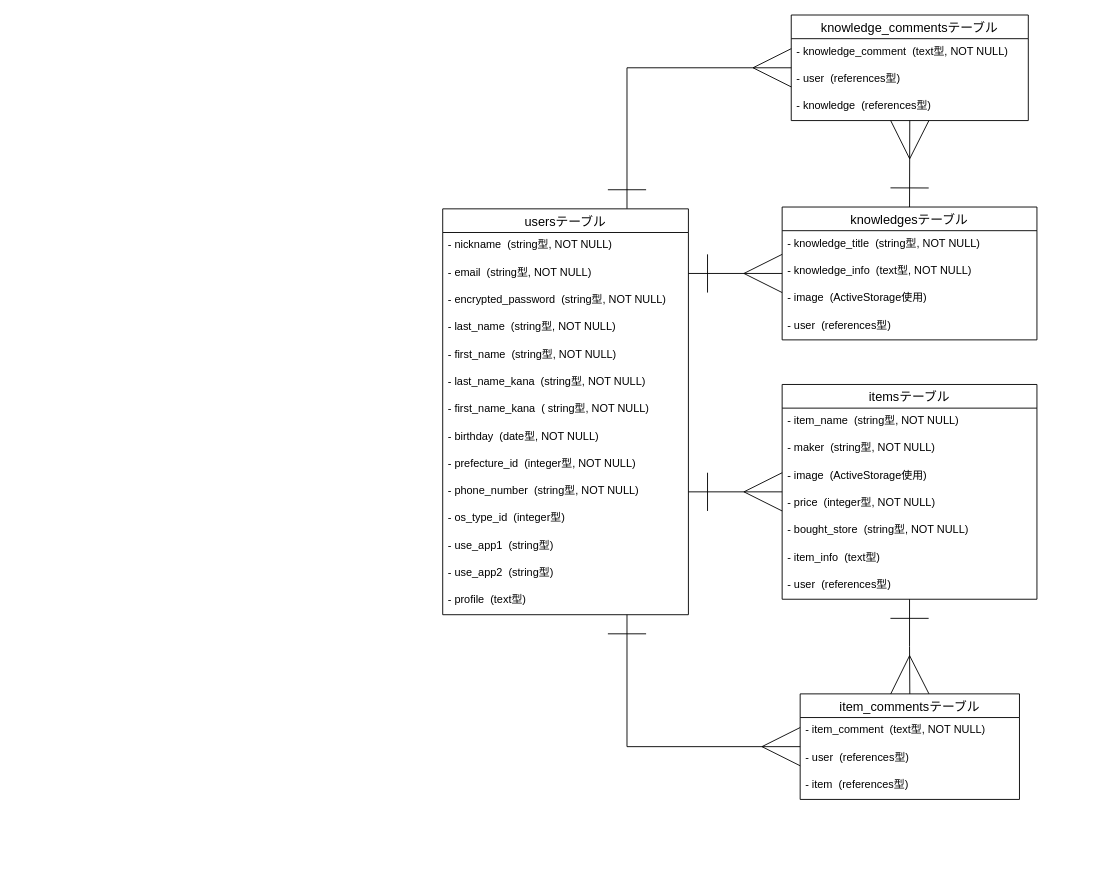
The draw.io diagram page "ER図" (1 of 2) of ER.dio in sushi1129/side-business-36374, before the edit. Source tidied: cells renumbered, new cells numbered last; positions are measured from the earlier drawing's top-left corner, leaving out a move shared by most shapes. Both pictures are drawn from the tidied source at 91%, with x=0, y=0 at pixel (442, 15).
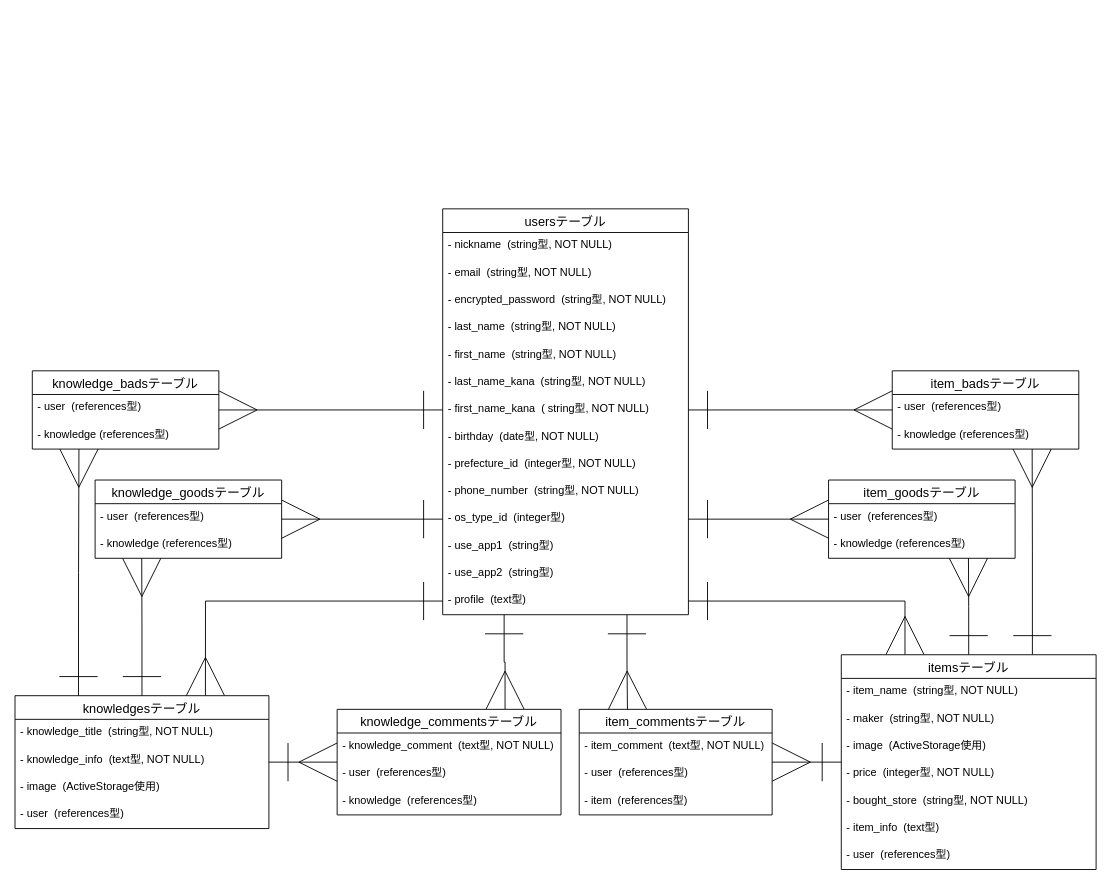
The same diagram, later.

Commit message:
テーブル設計

The change refers to these unchanged cells:
```xml
<mxCell id="3" value="usersテーブル" style="swimlane;fontStyle=0;horizontal=1;startSize=26;align=center;fontSize=14;" parent="1" vertex="1">
  <mxGeometry y="213" width="270" height="446" as="geometry" />
</mxCell>
<mxCell id="5" value="- email  (string型, NOT NULL)" style="text;strokeColor=none;fillColor=none;spacingLeft=4;spacingRight=4;overflow=hidden;points=[[0,0.5],[1,0.5]];portConstraint=eastwest;fontSize=12;" parent="3" vertex="1">
  <mxGeometry y="56" width="270" height="30" as="geometry" />
</mxCell>
<mxCell id="10" value="- first_name_kana  ( string型, NOT NULL)" style="text;strokeColor=none;fillColor=none;spacingLeft=4;spacingRight=4;overflow=hidden;points=[[0,0.5],[1,0.5]];portConstraint=eastwest;fontSize=12;" parent="3" vertex="1">
  <mxGeometry y="206" width="270" height="30" as="geometry" />
</mxCell>
<mxCell id="13" value="- phone_number  (string型, NOT NULL)" style="text;strokeColor=none;fillColor=none;spacingLeft=4;spacingRight=4;overflow=hidden;points=[[0,0.5],[1,0.5]];portConstraint=eastwest;fontSize=12;" parent="3" vertex="1">
  <mxGeometry y="296" width="270" height="30" as="geometry" />
</mxCell>
<mxCell id="14" value="- os_type_id  (integer型)" style="text;strokeColor=none;fillColor=none;spacingLeft=4;spacingRight=4;overflow=hidden;points=[[0,0.5],[1,0.5]];portConstraint=eastwest;fontSize=12;" parent="3" vertex="1">
  <mxGeometry y="326" width="270" height="30" as="geometry" />
</mxCell>
<mxCell id="17" value="- profile  (text型)" style="text;strokeColor=none;fillColor=none;spacingLeft=4;spacingRight=4;overflow=hidden;points=[[0,0.5],[1,0.5]];portConstraint=eastwest;fontSize=12;" parent="3" vertex="1">
  <mxGeometry y="416" width="270" height="30" as="geometry" />
</mxCell>
```

What changed in the source:
```diff
@@
-    <mxCell id="2" style="edgeStyle=orthogonalEdgeStyle;rounded=0;jettySize=auto;html=1;exitX=0.75;exitY=0;exitDx=0;exitDy=0;startArrow=ERone;startFill=0;endArrow=ERmany;endFill=0;startSize=40;endSize=40;entryX=0;entryY=0.5;entryDx=0;entryDy=0;" parent="1" edge="1" source="3" target="34">
+    <mxCell id="2" style="edgeStyle=orthogonalEdgeStyle;rounded=0;jettySize=auto;html=1;startArrow=ERone;startFill=0;endArrow=ERmany;endFill=0;startSize=40;endSize=40;entryX=0.75;entryY=0;entryDx=0;entryDy=0;exitX=0.25;exitY=1;exitDx=0;exitDy=0;" parent="1" edge="1" source="3" target="34">
       <mxGeometry relative="1" as="geometry" />
     </mxCell>
@@
     <mxCell id="18" value="item_commentsテーブル" style="swimlane;fontStyle=0;horizontal=1;startSize=26;align=center;fontSize=14;" parent="1" vertex="1">
-      <mxGeometry x="392.8" y="746" width="241" height="116" as="geometry" />
+      <mxGeometry x="150" y="763" width="212" height="116" as="geometry" />
     </mxCell>
     <mxCell id="19" value="- item_comment  (text型, NOT NULL)" style="text;strokeColor=none;fillColor=none;spacingLeft=4;spacingRight=4;overflow=hidden;fontSize=12;" parent="18" vertex="1">
-      <mxGeometry y="26" width="241" height="30" as="geometry" />
+      <mxGeometry y="26" width="212" height="30" as="geometry" />
     </mxCell>
     <mxCell id="20" value="- user  (references型)" style="text;strokeColor=none;fillColor=none;spacingLeft=4;spacingRight=4;overflow=hidden;fontSize=12;" parent="18" vertex="1">
-      <mxGeometry y="56" width="241" height="30" as="geometry" />
+      <mxGeometry y="56" width="212" height="30" as="geometry" />
     </mxCell>
     <mxCell id="21" value="- item  (references型)" style="text;strokeColor=none;fillColor=none;spacingLeft=4;spacingRight=4;overflow=hidden;fontSize=12;" parent="18" vertex="1">
-      <mxGeometry y="86" width="241" height="30" as="geometry" />
+      <mxGeometry y="86" width="212" height="30" as="geometry" />
     </mxCell>
-    <mxCell id="22" style="edgeStyle=orthogonalEdgeStyle;rounded=0;jettySize=auto;html=1;exitX=0.5;exitY=1;exitDx=0;exitDy=0;entryX=0.5;entryY=0;entryDx=0;entryDy=0;startArrow=ERone;startFill=0;endArrow=ERmany;endFill=0;startSize=40;endSize=40;" parent="1" edge="1" source="25" target="18">
+    <mxCell id="22" style="edgeStyle=orthogonalEdgeStyle;rounded=0;jettySize=auto;html=1;exitX=0;exitY=0.5;exitDx=0;exitDy=0;entryX=1;entryY=0.5;entryDx=0;entryDy=0;startArrow=ERone;startFill=0;endArrow=ERmany;endFill=0;startSize=40;endSize=40;" parent="1" edge="1" source="25" target="18">
       <mxGeometry relative="1" as="geometry" />
     </mxCell>
-    <mxCell id="23" style="edgeStyle=orthogonalEdgeStyle;rounded=0;jettySize=auto;html=1;entryX=0;entryY=0.5;entryDx=0;entryDy=0;startArrow=ERone;startFill=0;endArrow=ERmany;endFill=0;startSize=40;endSize=40;exitX=1;exitY=0.5;exitDx=0;exitDy=0;" parent="1" edge="1" source="13" target="25">
+    <mxCell id="23" style="edgeStyle=orthogonalEdgeStyle;rounded=0;jettySize=auto;html=1;entryX=0.25;entryY=0;entryDx=0;entryDy=0;startArrow=ERone;startFill=0;endArrow=ERmany;endFill=0;startSize=40;endSize=40;exitX=1;exitY=0.5;exitDx=0;exitDy=0;" parent="1" edge="1" source="17" target="25">
       <mxGeometry relative="1" as="geometry" />
     </mxCell>
-    <mxCell id="24" style="edgeStyle=orthogonalEdgeStyle;rounded=0;jettySize=auto;html=1;exitX=0.5;exitY=0;exitDx=0;exitDy=0;startArrow=ERone;startFill=0;endArrow=ERmany;endFill=0;startSize=40;endSize=40;entryX=0.5;entryY=1;entryDx=0;entryDy=0;" parent="1" edge="1" source="39" target="34">
+    <mxCell id="24" style="edgeStyle=orthogonalEdgeStyle;rounded=0;jettySize=auto;html=1;exitX=1;exitY=0.5;exitDx=0;exitDy=0;startArrow=ERone;startFill=0;endArrow=ERmany;endFill=0;startSize=40;endSize=40;entryX=0;entryY=0.5;entryDx=0;entryDy=0;" parent="1" edge="1" source="39" target="34">
       <mxGeometry relative="1" as="geometry" />
     </mxCell>
+    <mxCell id="44" style="edgeStyle=orthogonalEdgeStyle;rounded=0;jettySize=auto;html=1;exitX=0.5;exitY=0;exitDx=0;exitDy=0;startArrow=ERone;startFill=0;endArrow=ERmany;endFill=0;startSize=40;endSize=40;entryX=0.75;entryY=1;entryDx=0;entryDy=0;" parent="1" edge="1" source="25" target="56">
+      <mxGeometry relative="1" as="geometry" />
+    </mxCell>
+    <mxCell id="45" style="edgeStyle=orthogonalEdgeStyle;rounded=0;jettySize=auto;html=1;exitX=0.75;exitY=0;exitDx=0;exitDy=0;entryX=0.75;entryY=1;entryDx=0;entryDy=0;startArrow=ERone;startFill=0;endArrow=ERmany;endFill=0;startSize=40;endSize=40;" parent="1" edge="1" source="25" target="60">
+      <mxGeometry relative="1" as="geometry" />
+    </mxCell>
     <mxCell id="25" value="itemsテーブル" style="swimlane;fontStyle=0;horizontal=1;startSize=26;align=center;fontSize=14;" parent="1" vertex="1">
-      <mxGeometry x="373" y="406" width="280" height="236" as="geometry" />
+      <mxGeometry x="438" y="703" width="280" height="236" as="geometry" />
     </mxCell>
@@
-    <mxCell id="33" style="edgeStyle=orthogonalEdgeStyle;rounded=0;jettySize=auto;html=1;exitX=1;exitY=0.5;exitDx=0;exitDy=0;startArrow=ERone;startFill=0;endArrow=ERmany;endFill=0;endSize=40;startSize=40;entryX=0;entryY=0.5;entryDx=0;entryDy=0;" parent="1" edge="1" source="5" target="39">
+    <mxCell id="33" style="edgeStyle=orthogonalEdgeStyle;rounded=0;jettySize=auto;html=1;exitX=0;exitY=0.5;exitDx=0;exitDy=0;startArrow=ERone;startFill=0;endArrow=ERmany;endFill=0;endSize=40;startSize=40;entryX=0.75;entryY=0;entryDx=0;entryDy=0;" parent="1" edge="1" source="17" target="39">
       <mxGeometry relative="1" as="geometry" />
     </mxCell>
     <mxCell id="34" value="knowledge_commentsテーブル" style="swimlane;fontStyle=0;horizontal=1;startSize=26;align=center;fontSize=14;" parent="1" vertex="1">
-      <mxGeometry x="383" width="260.5" height="116" as="geometry" />
+      <mxGeometry x="-116" y="763" width="246" height="116" as="geometry" />
     </mxCell>
     <mxCell id="35" value="- knowledge_comment  (text型, NOT NULL)" style="text;strokeColor=none;fillColor=none;spacingLeft=4;spacingRight=4;overflow=hidden;fontSize=12;" parent="34" vertex="1">
-      <mxGeometry y="26" width="260.5" height="30" as="geometry" />
+      <mxGeometry y="26" width="246" height="30" as="geometry" />
     </mxCell>
     <mxCell id="36" value="- user  (references型)" style="text;strokeColor=none;fillColor=none;spacingLeft=4;spacingRight=4;overflow=hidden;fontSize=12;" parent="34" vertex="1">
-      <mxGeometry y="56" width="260.5" height="30" as="geometry" />
+      <mxGeometry y="56" width="246" height="30" as="geometry" />
     </mxCell>
     <mxCell id="37" value="- knowledge  (references型)" style="text;strokeColor=none;fillColor=none;spacingLeft=4;spacingRight=4;overflow=hidden;fontSize=12;" parent="34" vertex="1">
-      <mxGeometry y="86" width="260.5" height="30" as="geometry" />
+      <mxGeometry y="86" width="246" height="30" as="geometry" />
     </mxCell>
-    <mxCell id="38" style="edgeStyle=orthogonalEdgeStyle;rounded=0;jettySize=auto;html=1;exitX=0.75;exitY=1;exitDx=0;exitDy=0;entryX=0;entryY=0.5;entryDx=0;entryDy=0;startArrow=ERone;startFill=0;endArrow=ERmany;endFill=0;endSize=40;startSize=40;" parent="1" edge="1" source="3" target="18">
+    <mxCell id="38" style="edgeStyle=orthogonalEdgeStyle;rounded=0;jettySize=auto;html=1;exitX=0.75;exitY=1;exitDx=0;exitDy=0;entryX=0.25;entryY=0;entryDx=0;entryDy=0;startArrow=ERone;startFill=0;endArrow=ERmany;endFill=0;endSize=40;startSize=40;" parent="1" edge="1" source="3" target="18">
       <mxGeometry relative="1" as="geometry" />
     </mxCell>
     <mxCell id="39" value="knowledgesテーブル" style="swimlane;fontStyle=0;horizontal=1;startSize=26;align=center;fontSize=14;" parent="1" vertex="1">
-      <mxGeometry x="373" y="211" width="280" height="146" as="geometry" />
+      <mxGeometry x="-470" y="748" width="279" height="146" as="geometry" />
     </mxCell>
     <mxCell id="40" value="- knowledge_title  (string型, NOT NULL)" style="text;strokeColor=none;fillColor=none;spacingLeft=4;spacingRight=4;overflow=hidden;fontSize=12;" parent="39" vertex="1">
-      <mxGeometry y="26" width="280" height="30" as="geometry" />
+      <mxGeometry y="26" width="279" height="30" as="geometry" />
     </mxCell>
     <mxCell id="41" value="- knowledge_info  (text型, NOT NULL)" style="text;strokeColor=none;fillColor=none;spacingLeft=4;spacingRight=4;overflow=hidden;fontSize=12;" parent="39" vertex="1">
-      <mxGeometry y="56" width="280" height="30" as="geometry" />
+      <mxGeometry y="56" width="279" height="30" as="geometry" />
     </mxCell>
     <mxCell id="42" value="- image  (ActiveStorage使用)" style="text;strokeColor=none;fillColor=none;spacingLeft=4;spacingRight=4;overflow=hidden;fontSize=12;" parent="39" vertex="1">
-      <mxGeometry y="86" width="280" height="30" as="geometry" />
+      <mxGeometry y="86" width="279" height="30" as="geometry" />
     </mxCell>
     <mxCell id="43" value="- user  (references型)" style="text;strokeColor=none;fillColor=none;spacingLeft=4;spacingRight=4;overflow=hidden;fontSize=12;" parent="39" vertex="1">
-      <mxGeometry y="116" width="280" height="30" as="geometry" />
+      <mxGeometry y="116" width="279" height="30" as="geometry" />
     </mxCell>
+    <mxCell id="46" style="edgeStyle=orthogonalEdgeStyle;rounded=0;jettySize=auto;html=1;entryX=0.25;entryY=1;entryDx=0;entryDy=0;startArrow=ERone;startFill=0;endArrow=ERmany;endFill=0;startSize=40;endSize=40;exitX=0.5;exitY=0;exitDx=0;exitDy=0;" parent="1" edge="1" source="39" target="47">
+      <mxGeometry relative="1" as="geometry" />
+    </mxCell>
+    <mxCell id="47" value="knowledge_goodsテーブル" style="swimlane;fontStyle=0;horizontal=1;startSize=26;align=center;fontSize=14;" parent="1" vertex="1">
+      <mxGeometry x="-382" y="511" width="205" height="86" as="geometry" />
+    </mxCell>
+    <mxCell id="48" value="- user  (references型)" style="text;strokeColor=none;fillColor=none;spacingLeft=4;spacingRight=4;overflow=hidden;fontSize=12;" parent="47" vertex="1">
+      <mxGeometry y="26" width="205" height="30" as="geometry" />
+    </mxCell>
+    <mxCell id="49" value="- knowledge (references型)" style="text;strokeColor=none;fillColor=none;spacingLeft=4;spacingRight=4;overflow=hidden;fontSize=12;" parent="47" vertex="1">
+      <mxGeometry y="56" width="205" height="30" as="geometry" />
+    </mxCell>
+    <mxCell id="50" style="edgeStyle=orthogonalEdgeStyle;rounded=0;jettySize=auto;html=1;startArrow=ERone;startFill=0;endArrow=ERmany;endFill=0;startSize=40;endSize=40;entryX=0.25;entryY=1;entryDx=0;entryDy=0;exitX=0.25;exitY=0;exitDx=0;exitDy=0;" parent="1" edge="1" source="39" target="51">
+      <mxGeometry relative="1" as="geometry" />
+    </mxCell>
+    <mxCell id="51" value="knowledge_badsテーブル" style="swimlane;fontStyle=0;horizontal=1;startSize=26;align=center;fontSize=14;" parent="1" vertex="1">
+      <mxGeometry x="-451" y="391" width="205" height="86" as="geometry" />
+    </mxCell>
+    <mxCell id="52" value="- user  (references型)" style="text;strokeColor=none;fillColor=none;spacingLeft=4;spacingRight=4;overflow=hidden;fontSize=12;" parent="51" vertex="1">
+      <mxGeometry y="26" width="205" height="30" as="geometry" />
+    </mxCell>
+    <mxCell id="53" value="- knowledge (references型)" style="text;strokeColor=none;fillColor=none;spacingLeft=4;spacingRight=4;overflow=hidden;fontSize=12;" parent="51" vertex="1">
+      <mxGeometry y="56" width="205" height="30" as="geometry" />
+    </mxCell>
+    <mxCell id="54" style="edgeStyle=orthogonalEdgeStyle;rounded=0;jettySize=auto;html=1;exitX=0;exitY=0.5;exitDx=0;exitDy=0;entryX=1;entryY=0.5;entryDx=0;entryDy=0;endArrow=ERmany;endFill=0;startArrow=ERone;startFill=0;endSize=40;startSize=40;" parent="1" edge="1" source="14" target="47">
+      <mxGeometry relative="1" as="geometry" />
+    </mxCell>
+    <mxCell id="55" style="edgeStyle=orthogonalEdgeStyle;rounded=0;jettySize=auto;html=1;exitX=0;exitY=0.5;exitDx=0;exitDy=0;entryX=1;entryY=0.5;entryDx=0;entryDy=0;startArrow=ERone;startFill=0;endArrow=ERmany;endFill=0;startSize=40;endSize=40;" parent="1" edge="1" source="10" target="51">
+      <mxGeometry relative="1" as="geometry" />
+    </mxCell>
+    <mxCell id="56" value="item_goodsテーブル" style="swimlane;fontStyle=0;horizontal=1;startSize=26;align=center;fontSize=14;" parent="1" vertex="1">
+      <mxGeometry x="424" y="511" width="205" height="86" as="geometry" />
+    </mxCell>
+    <mxCell id="57" value="- user  (references型)" style="text;strokeColor=none;fillColor=none;spacingLeft=4;spacingRight=4;overflow=hidden;fontSize=12;" parent="56" vertex="1">
+      <mxGeometry y="26" width="205" height="30" as="geometry" />
+    </mxCell>
+    <mxCell id="58" value="- knowledge (references型)" style="text;strokeColor=none;fillColor=none;spacingLeft=4;spacingRight=4;overflow=hidden;fontSize=12;" parent="56" vertex="1">
+      <mxGeometry y="56" width="205" height="30" as="geometry" />
+    </mxCell>
+    <mxCell id="59" style="edgeStyle=orthogonalEdgeStyle;rounded=0;jettySize=auto;html=1;exitX=1;exitY=0.5;exitDx=0;exitDy=0;entryX=0;entryY=0.5;entryDx=0;entryDy=0;startArrow=ERone;startFill=0;endArrow=ERmany;endFill=0;startSize=40;endSize=40;" parent="1" edge="1" source="14" target="56">
+      <mxGeometry relative="1" as="geometry" />
+    </mxCell>
+    <mxCell id="60" value="item_badsテーブル" style="swimlane;fontStyle=0;horizontal=1;startSize=26;align=center;fontSize=14;" parent="1" vertex="1">
+      <mxGeometry x="494" y="391" width="205" height="86" as="geometry" />
+    </mxCell>
+    <mxCell id="61" value="- user  (references型)" style="text;strokeColor=none;fillColor=none;spacingLeft=4;spacingRight=4;overflow=hidden;fontSize=12;" parent="60" vertex="1">
+      <mxGeometry y="26" width="205" height="30" as="geometry" />
+    </mxCell>
+    <mxCell id="62" value="- knowledge (references型)" style="text;strokeColor=none;fillColor=none;spacingLeft=4;spacingRight=4;overflow=hidden;fontSize=12;" parent="60" vertex="1">
+      <mxGeometry y="56" width="205" height="30" as="geometry" />
+    </mxCell>
+    <mxCell id="63" style="edgeStyle=orthogonalEdgeStyle;rounded=0;jettySize=auto;html=1;exitX=1;exitY=0.5;exitDx=0;exitDy=0;entryX=0;entryY=0.5;entryDx=0;entryDy=0;startArrow=ERone;startFill=0;endArrow=ERmany;endFill=0;startSize=40;endSize=40;" parent="1" edge="1" source="10" target="60">
+      <mxGeometry relative="1" as="geometry" />
+    </mxCell>
```
